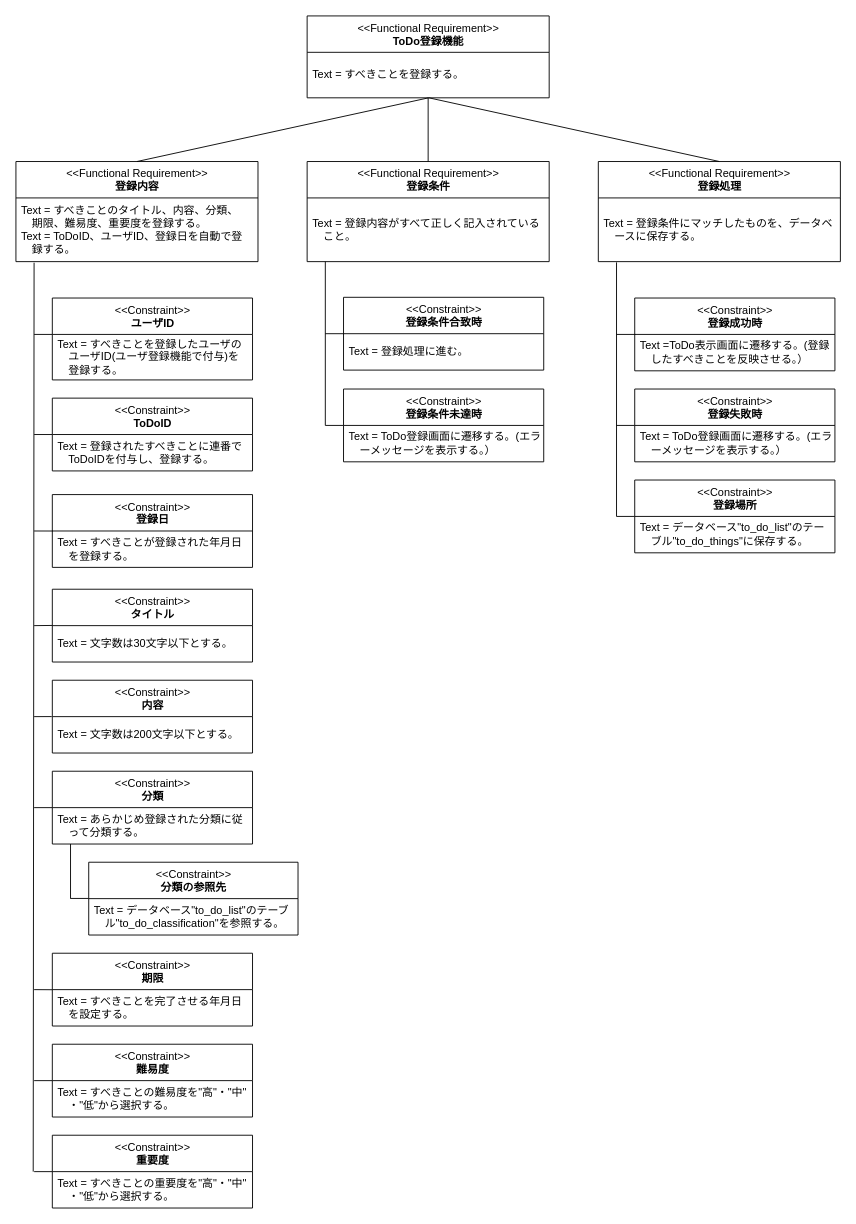
Before: portfolio03/01/requirement_definition/requirement/portfolio03_01_requirement_ToDoRegisteration.drawio in RRRYOOO/portfolio, a draw.io diagram. Source tidied: cells renumbered, new cells numbered last; positions are measured from the earlier drawing's top-left corner, leaving out a move shared by most shapes. Both pictures are drawn from the tidied source at 91%, with x=0, y=0 at pixel (15, 15).
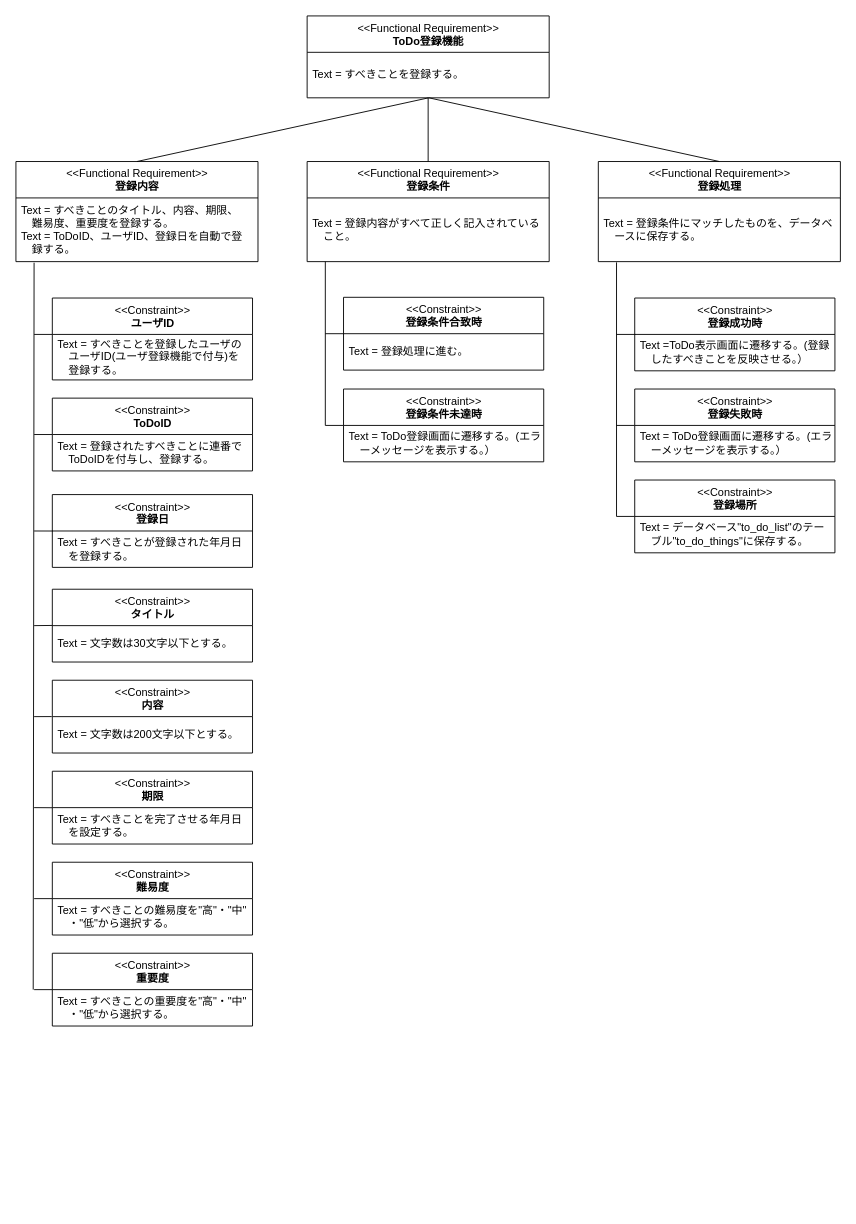
The same diagram, later.

Unchanged cells that the change refers to:
```xml
<mxCell id="4" value="&amp;lt;&amp;lt;Functional Requirement&amp;gt;&amp;gt;&lt;br&gt;&lt;b&gt;登録内容&lt;/b&gt;" style="swimlane;fontStyle=0;align=center;verticalAlign=top;horizontal=1;startSize=40;html=1;" parent="1" vertex="1">
  <mxGeometry y="160" width="266" height="110" as="geometry" />
</mxCell>
<mxCell id="15" value="Text = すべきことを完了させる年月日&lt;br&gt;　を設定する。" style="text;html=1;strokeColor=none;fillColor=none;align=left;verticalAlign=middle;spacingLeft=4;spacingRight=4;overflow=hidden;points=[[0,0.5],[1,0.5]];portConstraint=eastwest;" parent="14" vertex="1">
  <mxGeometry y="40" width="220" height="40" as="geometry" />
</mxCell>
<mxCell id="17" value="Text = すべきことの難易度を&quot;高&quot;・&quot;中&quot;&lt;br&gt;　・&quot;低&quot;から選択する。" style="text;html=1;strokeColor=none;fillColor=none;align=left;verticalAlign=middle;spacingLeft=4;spacingRight=4;overflow=hidden;points=[[0,0.5],[1,0.5]];portConstraint=eastwest;" parent="16" vertex="1">
  <mxGeometry y="40" width="220" height="40" as="geometry" />
</mxCell>
```

What changed in the source:
```diff
@@
-    <mxCell id="5" value="Text = すべきことのタイトル、内容、分類、&lt;br&gt;　期限、難易度、重要度を登録する。&lt;br&gt;Text = ToDoID、ユーザID、登録日を自動で登&lt;br&gt;　録する。" style="text;html=1;strokeColor=none;fillColor=none;align=left;verticalAlign=middle;spacingLeft=4;spacingRight=4;overflow=hidden;points=[[0,0.5],[1,0.5]];portConstraint=eastwest;" parent="4" vertex="1">
+    <mxCell id="5" value="Text = すべきことのタイトル、内容、期限、&lt;br&gt;　難易度、重要度を登録する。&lt;br&gt;Text = ToDoID、ユーザID、登録日を自動で登&lt;br&gt;　録する。" style="text;html=1;strokeColor=none;fillColor=none;align=left;verticalAlign=middle;spacingLeft=4;spacingRight=4;overflow=hidden;points=[[0,0.5],[1,0.5]];portConstraint=eastwest;" parent="4" vertex="1">
       <mxGeometry y="40" width="266" height="70" as="geometry" />
     </mxCell>
@@
-    <mxCell id="12" value="&amp;lt;&amp;lt;Constraint&amp;gt;&amp;gt;&lt;br&gt;&lt;b&gt;分類&lt;/b&gt;" style="swimlane;fontStyle=0;align=center;verticalAlign=top;horizontal=1;startSize=40;html=1;" parent="1" vertex="1">
-      <mxGeometry x="40" y="830" width="220" height="80" as="geometry" />
-    </mxCell>
-    <mxCell id="13" value="Text = あらかじめ登録された分類に従&lt;br&gt;　って分類する。" style="text;html=1;strokeColor=none;fillColor=none;align=left;verticalAlign=middle;spacingLeft=4;spacingRight=4;overflow=hidden;points=[[0,0.5],[1,0.5]];portConstraint=eastwest;" parent="12" vertex="1">
-      <mxGeometry y="40" width="220" height="40" as="geometry" />
-    </mxCell>
     <mxCell id="14" value="&amp;lt;&amp;lt;Constraint&amp;gt;&amp;gt;&lt;br&gt;&lt;b&gt;期限&lt;/b&gt;" style="swimlane;fontStyle=0;align=center;verticalAlign=top;horizontal=1;startSize=40;html=1;" parent="1" vertex="1">
-      <mxGeometry x="40" y="1030" width="220" height="80" as="geometry" />
+      <mxGeometry x="40" y="830" width="220" height="80" as="geometry" />
     </mxCell>
@@
     <mxCell id="16" value="&amp;lt;&amp;lt;Constraint&amp;gt;&amp;gt;&lt;br&gt;&lt;b&gt;難易度&lt;/b&gt;" style="swimlane;fontStyle=0;align=center;verticalAlign=top;horizontal=1;startSize=40;html=1;" parent="1" vertex="1">
-      <mxGeometry x="40" y="1130" width="220" height="80" as="geometry" />
+      <mxGeometry x="40" y="930" width="220" height="80" as="geometry" />
     </mxCell>
@@
     <mxCell id="18" value="&amp;lt;&amp;lt;Constraint&amp;gt;&amp;gt;&lt;br&gt;&lt;b&gt;重要度&lt;/b&gt;" style="swimlane;fontStyle=0;align=center;verticalAlign=top;horizontal=1;startSize=40;html=1;" parent="1" vertex="1">
-      <mxGeometry x="40" y="1230" width="220" height="80" as="geometry" />
+      <mxGeometry x="40" y="1030" width="220" height="80" as="geometry" />
     </mxCell>
@@
     <mxCell id="21" style="endArrow=none;html=1;entryX=0.075;entryY=1.017;entryDx=0;entryDy=0;entryPerimeter=0;" parent="1" edge="1" target="5">
       <mxGeometry relative="1" as="geometry">
-        <mxPoint x="19" y="1270" as="sourcePoint" />
+        <mxPoint x="19" y="1070" as="sourcePoint" />
       </mxGeometry>
     </mxCell>
     <mxCell id="22" style="endArrow=none;html=1;" parent="1" edge="1">
       <mxGeometry relative="1" as="geometry">
-        <mxPoint x="20" y="1270" as="sourcePoint" />
-        <mxPoint x="40" y="1270" as="targetPoint" />
+        <mxPoint x="20" y="1070" as="sourcePoint" />
+        <mxPoint x="40" y="1070" as="targetPoint" />
       </mxGeometry>
     </mxCell>
     <mxCell id="23" style="endArrow=none;html=1;entryX=0;entryY=0;entryDx=0;entryDy=0;entryPerimeter=0;" parent="1" edge="1" target="17">
       <mxGeometry relative="1" as="geometry">
-        <mxPoint x="20" y="1170" as="sourcePoint" />
+        <mxPoint x="20" y="970" as="sourcePoint" />
       </mxGeometry>
     </mxCell>
@@
-    <mxCell id="26" style="endArrow=none;html=1;entryX=0;entryY=0;entryDx=0;entryDy=0;entryPerimeter=0;" parent="1" edge="1" target="13">
-      <mxGeometry relative="1" as="geometry">
-        <mxPoint x="20" y="870" as="sourcePoint" />
-      </mxGeometry>
-    </mxCell>
     <mxCell id="27" style="endArrow=none;html=1;entryX=0;entryY=0.003;entryDx=0;entryDy=0;entryPerimeter=0;" parent="1" edge="1" target="15">
       <mxGeometry relative="1" as="geometry">
-        <mxPoint x="20" y="1070" as="sourcePoint" />
+        <mxPoint x="20" y="870" as="sourcePoint" />
       </mxGeometry>
     </mxCell>
@@
-    <mxCell id="58" value="&amp;lt;&amp;lt;Constraint&amp;gt;&amp;gt;&lt;br&gt;&lt;b&gt;分類の参照先&lt;/b&gt;" style="swimlane;fontStyle=0;align=center;verticalAlign=top;horizontal=1;startSize=40;html=1;" parent="1" vertex="1">
-      <mxGeometry x="80" y="930" width="230" height="80" as="geometry" />
-    </mxCell>
-    <mxCell id="59" style="endArrow=none;html=1;" parent="58" edge="1">
-      <mxGeometry relative="1" as="geometry">
-        <mxPoint x="-20" y="40" as="sourcePoint" />
-        <mxPoint x="-20" y="-20" as="targetPoint" />
-      </mxGeometry>
-    </mxCell>
-    <mxCell id="60" value="Text = データベース&quot;to_do_list&quot;のテーブ&lt;br&gt;　ル&quot;to_do_classification&quot;を参照する。" style="text;html=1;strokeColor=none;fillColor=none;align=left;verticalAlign=middle;spacingLeft=4;spacingRight=4;overflow=hidden;" parent="58" vertex="1">
-      <mxGeometry y="40" width="230" height="40" as="geometry" />
-    </mxCell>
-    <mxCell id="61" style="endArrow=none;html=1;entryX=0;entryY=0;entryDx=0;entryDy=0;entryPerimeter=0;" parent="1" edge="1">
-      <mxGeometry relative="1" as="geometry">
-        <mxPoint x="60" y="969.8" as="sourcePoint" />
-        <mxPoint x="80" y="969.8" as="targetPoint" />
-      </mxGeometry>
-    </mxCell>
```
